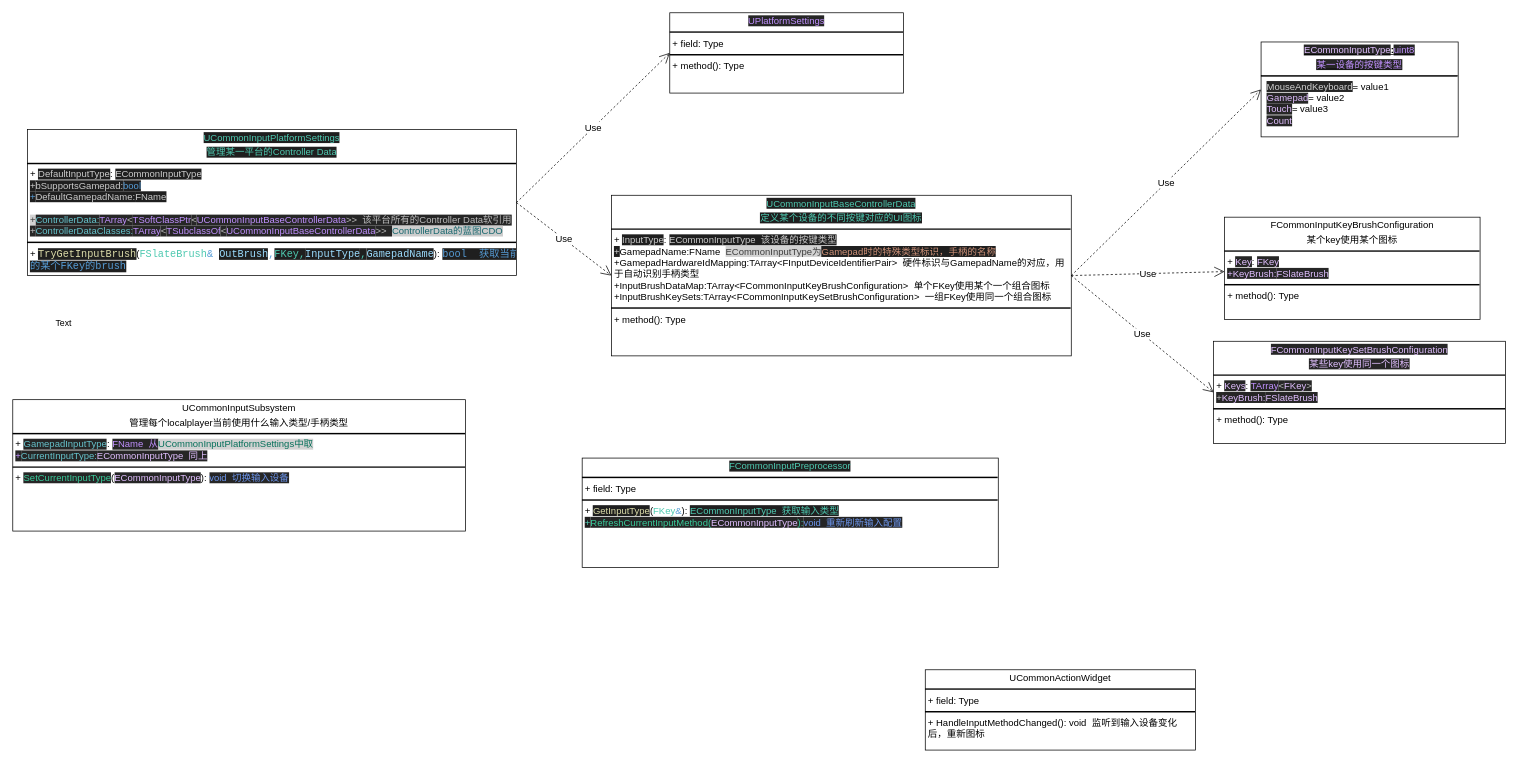
Before: page "不同设备按键与语义动作的绑定和与UI图标的绑定" (5 of 5) of Lyra.drawio in ling-shixi/meta, a draw.io diagram. Source tidied: cells renumbered, new cells numbered last; positions are measured from the earlier drawing's top-left corner, leaving out a move shared by most shapes. Both pictures are drawn from the tidied source at 73%, with x=0, y=0 at pixel (12, 12).
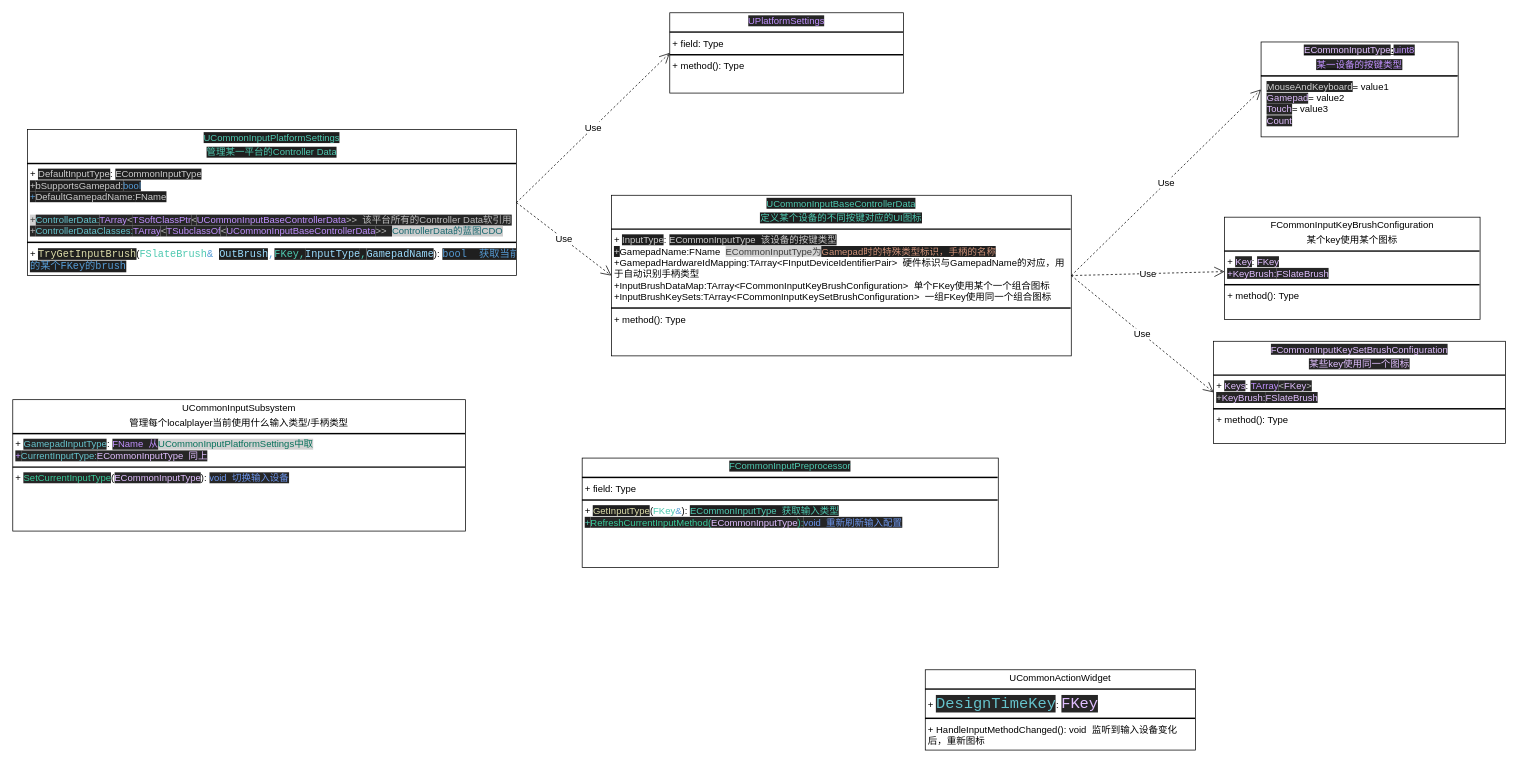
After the change.

The edit, as a diff of the source:
```diff
@@
-    <mxCell id="10" value="&lt;p style=&quot;margin:0px;margin-top:4px;text-align:center;&quot;&gt;&lt;span style=&quot;background-color: transparent; color: light-dark(rgb(0, 0, 0), rgb(255, 255, 255)); text-align: left;&quot;&gt;UCommonActionWidget&lt;/span&gt;&lt;/p&gt;&lt;hr style=&quot;border-style:solid;&quot;&gt;&lt;p style=&quot;margin:0px;margin-left:4px;&quot;&gt;+ field: Type&lt;/p&gt;&lt;hr style=&quot;border-style:solid;&quot;&gt;&lt;p style=&quot;margin:0px;margin-left:4px;&quot;&gt;+&amp;nbsp;&lt;span style=&quot;background-color: transparent; color: light-dark(rgb(0, 0, 0), rgb(255, 255, 255));&quot;&gt;HandleInputMethodChanged&lt;/span&gt;&lt;span style=&quot;background-color: transparent; color: light-dark(rgb(0, 0, 0), rgb(255, 255, 255));&quot;&gt;():&amp;nbsp;&lt;/span&gt;&lt;span style=&quot;background-color: transparent; color: light-dark(rgb(0, 0, 0), rgb(255, 255, 255));&quot;&gt;void&amp;nbsp; 监听到输入设备变化后，重新图标&lt;/span&gt;&lt;/p&gt;" style="verticalAlign=top;align=left;overflow=fill;html=1;whiteSpace=wrap;fontFamily=Helvetica;fontSize=13;" parent="1" vertex="1">
+    <mxCell id="10" value="&lt;p style=&quot;margin:0px;margin-top:4px;text-align:center;&quot;&gt;&lt;span style=&quot;background-color: transparent; color: light-dark(rgb(0, 0, 0), rgb(255, 255, 255)); text-align: left;&quot;&gt;UCommonActionWidget&lt;/span&gt;&lt;/p&gt;&lt;hr style=&quot;border-style:solid;&quot;&gt;&lt;p style=&quot;margin:0px;margin-left:4px;&quot;&gt;+&amp;nbsp;&lt;span style=&quot;color: rgb(102, 195, 204); font-family: &amp;quot;JetBrains Mono&amp;quot;, monospace; font-size: 15.8pt; background-color: rgb(38, 38, 38);&quot;&gt;DesignTimeKey&lt;/span&gt;&lt;span style=&quot;background-color: transparent; color: light-dark(rgb(0, 0, 0), rgb(255, 255, 255));&quot;&gt;:&amp;nbsp;&lt;/span&gt;&lt;span style=&quot;color: rgb(225, 191, 255); font-family: &amp;quot;JetBrains Mono&amp;quot;, monospace; font-size: 15.8pt; background-color: rgb(38, 38, 38);&quot;&gt;FKey&lt;/span&gt;&lt;/p&gt;&lt;hr style=&quot;border-style:solid;&quot;&gt;&lt;p style=&quot;margin:0px;margin-left:4px;&quot;&gt;+&amp;nbsp;&lt;span style=&quot;background-color: transparent; color: light-dark(rgb(0, 0, 0), rgb(255, 255, 255));&quot;&gt;HandleInputMethodChanged&lt;/span&gt;&lt;span style=&quot;background-color: transparent; color: light-dark(rgb(0, 0, 0), rgb(255, 255, 255));&quot;&gt;():&amp;nbsp;&lt;/span&gt;&lt;span style=&quot;background-color: transparent; color: light-dark(rgb(0, 0, 0), rgb(255, 255, 255));&quot;&gt;void&amp;nbsp; 监听到输入设备变化后，重新图标&lt;/span&gt;&lt;/p&gt;" style="verticalAlign=top;align=left;overflow=fill;html=1;whiteSpace=wrap;fontFamily=Helvetica;fontSize=13;" parent="1" vertex="1">
       <mxGeometry x="1250" y="900" width="370" height="110" as="geometry" />
     </mxCell>
@@
-    <mxCell id="16" value="Text" style="text;html=1;whiteSpace=wrap;strokeColor=none;fillColor=none;align=center;verticalAlign=middle;rounded=0;" parent="1" vertex="1">
-      <mxGeometry x="40" y="410" width="60" height="30" as="geometry" />
-    </mxCell>
```
